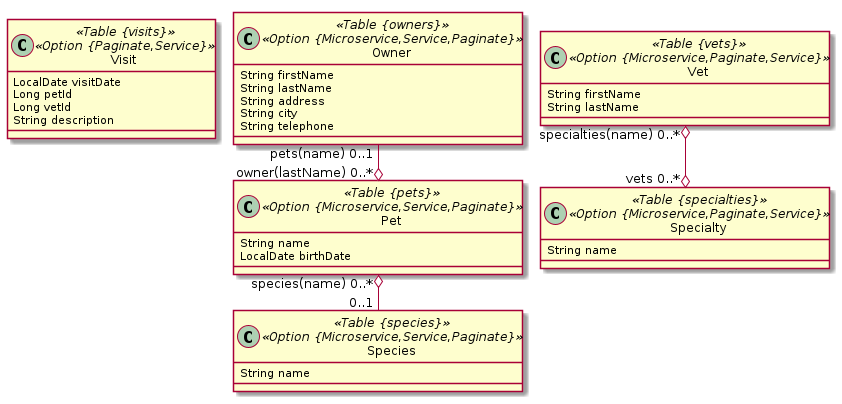
The PlantUML diagram jhpetclinicmsa.png in terrytompkins/JHPetClinicMSA, before a commit.
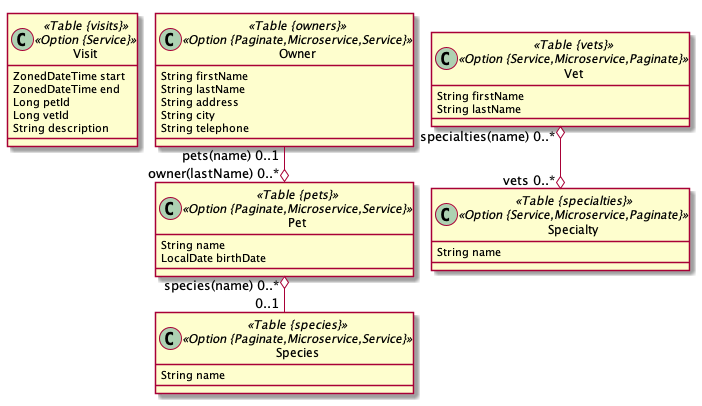
The same file after the commit.

Diff of the diagram source:
```diff
@@ -1,20 +1,21 @@
 @startuml
 	!pragma layout smetana
 	!pragma syntax class
-	class Visit <<Table {visits}>><<Option {Paginate,Service}>> {
-		LocalDate visitDate
+	class Visit <<Table {visits}>><<Option {Service}>> {
+		ZonedDateTime start
+		ZonedDateTime end
 		Long petId
 		Long vetId
 		String description
 	}
-	class Species <<Table {species}>><<Option {Microservice,Service,Paginate}>> {
+	class Species <<Table {species}>><<Option {Paginate,Microservice,Service}>> {
 		String name
 	}
-	class Pet <<Table {pets}>><<Option {Microservice,Service,Paginate}>> {
+	class Pet <<Table {pets}>><<Option {Paginate,Microservice,Service}>> {
 		String name
 		LocalDate birthDate
 	}
-	class Owner <<Table {owners}>><<Option {Microservice,Service,Paginate}>> {
+	class Owner <<Table {owners}>><<Option {Paginate,Microservice,Service}>> {
 		String firstName
 		String lastName
 		String address
@@ -23,10 +24,10 @@
 	}
 	Owner  "pets(name) 0..1 " --o "owner(lastName) 0..* "  Pet
 	Pet  "species(name) 0..* " o-- "0..1 "  Species
-	class Specialty <<Table {specialties}>><<Option {Microservice,Paginate,Service}>> {
+	class Specialty <<Table {specialties}>><<Option {Service,Microservice,Paginate}>> {
 		String name
 	}
-	class Vet <<Table {vets}>><<Option {Microservice,Paginate,Service}>> {
+	class Vet <<Table {vets}>><<Option {Service,Microservice,Paginate}>> {
 		String firstName
 		String lastName
 	}
```
